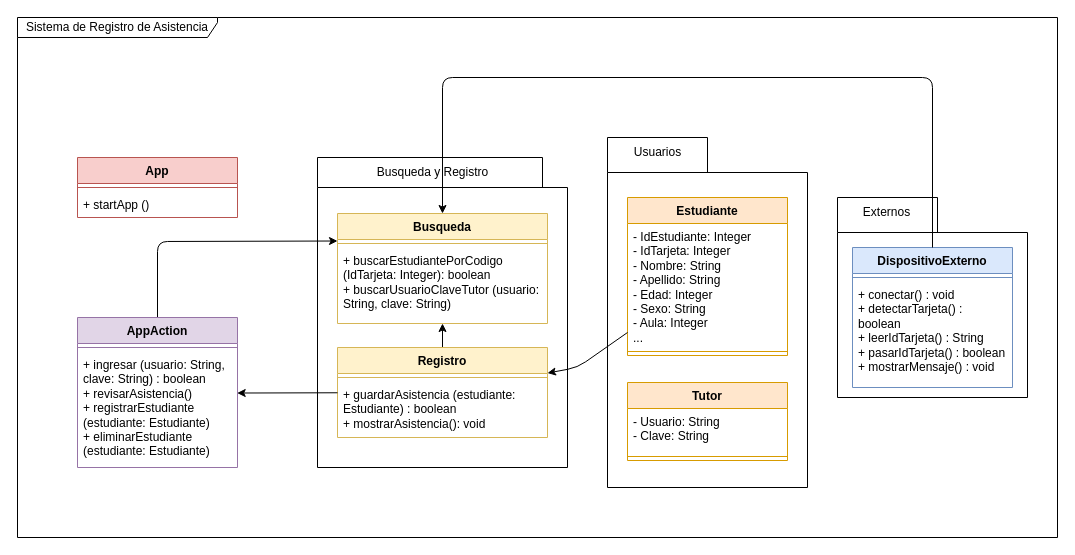
Before: Design/03_DiagramaDeClases.drawio in Panatlactic/Sistema-de-Registro-de-Asistencia---Grupo-2, a draw.io diagram. Source tidied: cells renumbered, new cells numbered last; positions are measured from the earlier drawing's top-left corner, leaving out a move shared by most shapes. Both pictures are drawn from the tidied source at 100%, with x=0, y=0 at pixel (17, 17).
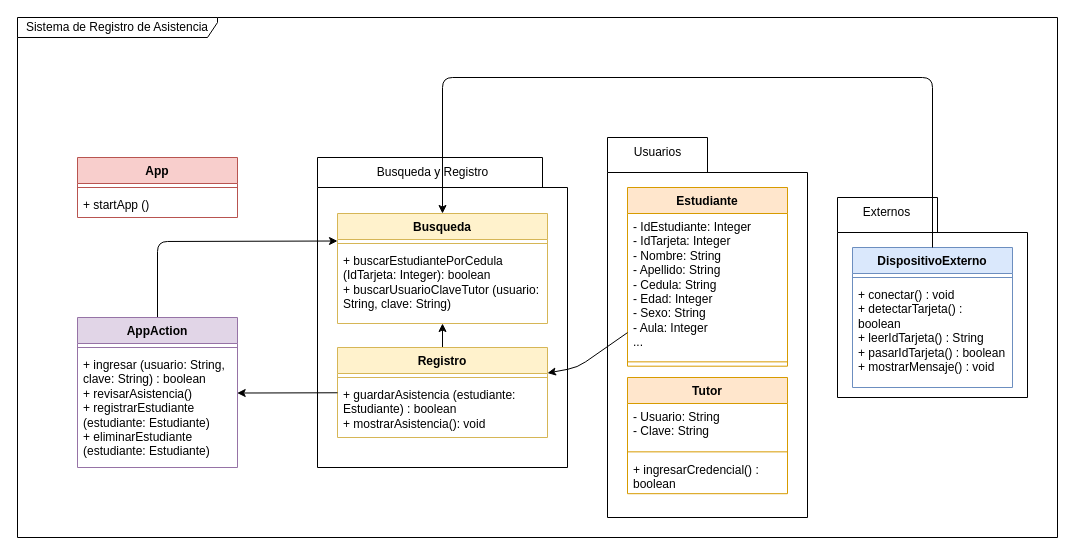
The same diagram, later.

Unchanged cells that the change refers to:
```xml
<mxCell id="5" value="Busqueda" style="swimlane;fontStyle=1;align=center;verticalAlign=top;horizontal=1;startSize=26;whiteSpace=wrap;html=1;fillColor=#fff2cc;strokeColor=#d6b656;" parent="2" vertex="1">
  <mxGeometry x="20" y="56" width="210" height="110" as="geometry" />
</mxCell>
```

What changed in the source:
```diff
@@
-    <mxCell id="7" value="+ buscarEstudiantePorCodigo (IdTarjeta: Integer): boolean&lt;div&gt;+ buscarUsuarioClaveTutor (usuario: String, clave: String)&lt;/div&gt;" style="text;strokeColor=none;fillColor=none;align=left;verticalAlign=top;spacingLeft=4;spacingRight=4;overflow=hidden;whiteSpace=wrap;html=1;" parent="5" vertex="1">
+    <mxCell id="7" value="+ buscarEstudiantePorCedula (IdTarjeta: Integer): boolean&lt;div&gt;+ buscarUsuarioClaveTutor (usuario: String, clave: String)&lt;/div&gt;" style="text;strokeColor=none;fillColor=none;align=left;verticalAlign=top;spacingLeft=4;spacingRight=4;overflow=hidden;whiteSpace=wrap;html=1;" parent="5" vertex="1">
       <mxGeometry y="34" width="210" height="76" as="geometry" />
     </mxCell>
@@
     <mxCell id="12" style="group;" parent="1" vertex="1">
-      <mxGeometry x="590" y="120" width="200" height="350" as="geometry" />
+      <mxGeometry x="590" y="120" width="200" height="380" as="geometry" />
     </mxCell>
     <mxCell id="13" style="shape=folder;fontStyle=1;tabWidth=100;tabHeight=35;tabPosition=left;html=1;boundedLbl=1;whiteSpace=wrap;" parent="12" vertex="1">
-      <mxGeometry width="200" height="350" as="geometry" />
+      <mxGeometry width="200" height="380" as="geometry" />
     </mxCell>
@@
+    <mxCell id="18" value="Tutor" style="swimlane;fontStyle=1;align=center;verticalAlign=top;horizontal=1;startSize=26;whiteSpace=wrap;html=1;fillColor=#ffe6cc;strokeColor=#d79b00;" parent="12" vertex="1">
+      <mxGeometry x="20" y="240" width="160" height="116.2" as="geometry" />
+    </mxCell>
+    <mxCell id="19" value="- Usuario: String&lt;div&gt;- Clave: String&lt;/div&gt;" style="text;strokeColor=none;fillColor=none;align=left;verticalAlign=top;spacingLeft=4;spacingRight=4;overflow=hidden;whiteSpace=wrap;html=1;" parent="18" vertex="1">
+      <mxGeometry y="26" width="160" height="44" as="geometry" />
+    </mxCell>
+    <mxCell id="20" style="line;strokeWidth=1;fillColor=none;align=left;verticalAlign=middle;spacingTop=-1;spacingLeft=3;spacingRight=3;labelPosition=right;strokeColor=inherit;" parent="18" vertex="1">
+      <mxGeometry y="70" width="160" height="8.7" as="geometry" />
+    </mxCell>
+    <mxCell id="38" value="+ ingresarCredencial() : boolean" style="text;strokeColor=none;fillColor=none;align=left;verticalAlign=top;spacingLeft=4;spacingRight=4;overflow=hidden;whiteSpace=wrap;html=1;" parent="18" vertex="1">
+      <mxGeometry y="78.7" width="160" height="37.5" as="geometry" />
+    </mxCell>
     <mxCell id="15" value="Estudiante" style="swimlane;fontStyle=1;align=center;verticalAlign=top;horizontal=1;startSize=26;whiteSpace=wrap;html=1;fillColor=#ffe6cc;strokeColor=#d79b00;" parent="12" vertex="1">
-      <mxGeometry x="20" y="60" width="160" height="158" as="geometry" />
+      <mxGeometry x="20" y="50" width="160" height="178.7" as="geometry" />
     </mxCell>
-    <mxCell id="16" value="- IdEstudiante: Integer&lt;div&gt;&lt;font color=&quot;#000000&quot;&gt;- IdTarjeta: Integer&lt;br&gt;&lt;/font&gt;&lt;div&gt;- Nombre: String&lt;/div&gt;&lt;div&gt;- Apellido: String&lt;/div&gt;&lt;/div&gt;&lt;div&gt;- Edad: Integer&lt;/div&gt;&lt;div&gt;- Sexo: String&lt;/div&gt;&lt;div&gt;- Aula: Integer&lt;/div&gt;&lt;div&gt;...&lt;/div&gt;" style="text;strokeColor=none;fillColor=none;align=left;verticalAlign=top;spacingLeft=4;spacingRight=4;overflow=hidden;whiteSpace=wrap;html=1;" parent="15" vertex="1">
-      <mxGeometry y="26" width="160" height="124" as="geometry" />
+    <mxCell id="16" value="- IdEstudiante: Integer&lt;div&gt;&lt;font color=&quot;#000000&quot;&gt;- IdTarjeta: Integer&lt;br&gt;&lt;/font&gt;&lt;div&gt;- Nombre: String&lt;/div&gt;&lt;div&gt;- Apellido: String&lt;/div&gt;&lt;/div&gt;&lt;div&gt;- Cedula: String&lt;/div&gt;&lt;div&gt;- Edad: Integer&lt;/div&gt;&lt;div&gt;- Sexo: String&lt;/div&gt;&lt;div&gt;- Aula: Integer&lt;/div&gt;&lt;div&gt;...&lt;/div&gt;" style="text;strokeColor=none;fillColor=none;align=left;verticalAlign=top;spacingLeft=4;spacingRight=4;overflow=hidden;whiteSpace=wrap;html=1;" parent="15" vertex="1">
+      <mxGeometry y="26" width="160" height="144" as="geometry" />
     </mxCell>
     <mxCell id="17" style="line;strokeWidth=1;fillColor=none;align=left;verticalAlign=middle;spacingTop=-1;spacingLeft=3;spacingRight=3;labelPosition=right;strokeColor=inherit;" parent="15" vertex="1">
-      <mxGeometry y="150" width="160" height="8" as="geometry" />
+      <mxGeometry y="170" width="160" height="8.7" as="geometry" />
     </mxCell>
-    <mxCell id="18" value="Tutor" style="swimlane;fontStyle=1;align=center;verticalAlign=top;horizontal=1;startSize=26;whiteSpace=wrap;html=1;fillColor=#ffe6cc;strokeColor=#d79b00;" parent="12" vertex="1">
-      <mxGeometry x="20" y="245" width="160" height="78" as="geometry" />
-    </mxCell>
-    <mxCell id="19" value="- Usuario: String&lt;div&gt;- Clave: String&lt;/div&gt;" style="text;strokeColor=none;fillColor=none;align=left;verticalAlign=top;spacingLeft=4;spacingRight=4;overflow=hidden;whiteSpace=wrap;html=1;" parent="18" vertex="1">
-      <mxGeometry y="26" width="160" height="44" as="geometry" />
-    </mxCell>
-    <mxCell id="20" style="line;strokeWidth=1;fillColor=none;align=left;verticalAlign=middle;spacingTop=-1;spacingLeft=3;spacingRight=3;labelPosition=right;strokeColor=inherit;" parent="18" vertex="1">
-      <mxGeometry y="70" width="160" height="8" as="geometry" />
-    </mxCell>
```
